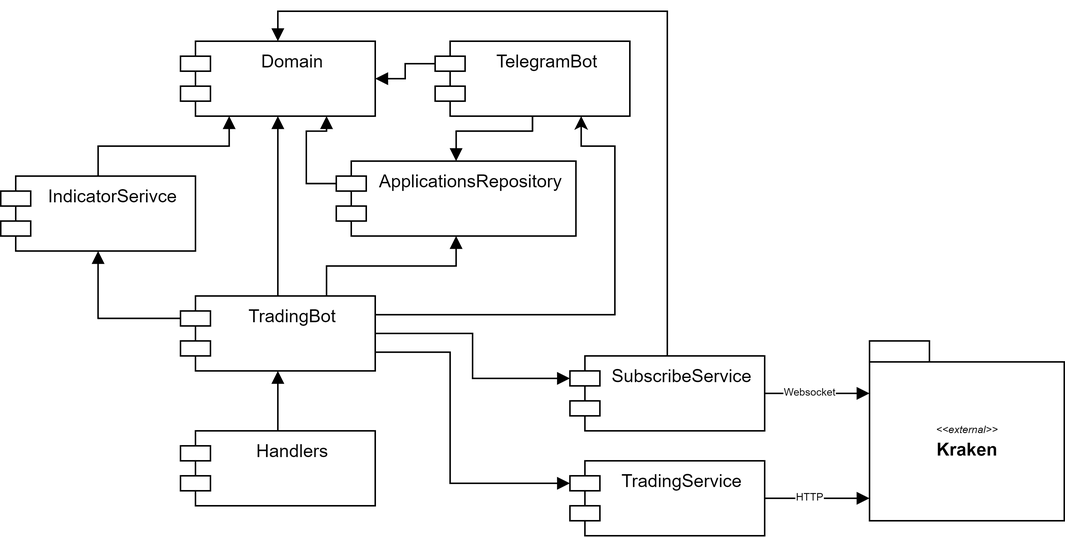
This is course_project/img/modules.png from Willsem/tfs-go-hw, a draw.io export, as it was before one commit. Source tidied: cells renumbered, new cells last; positions are measured from the earlier drawing's top-left corner, leaving out a move shared by most shapes.
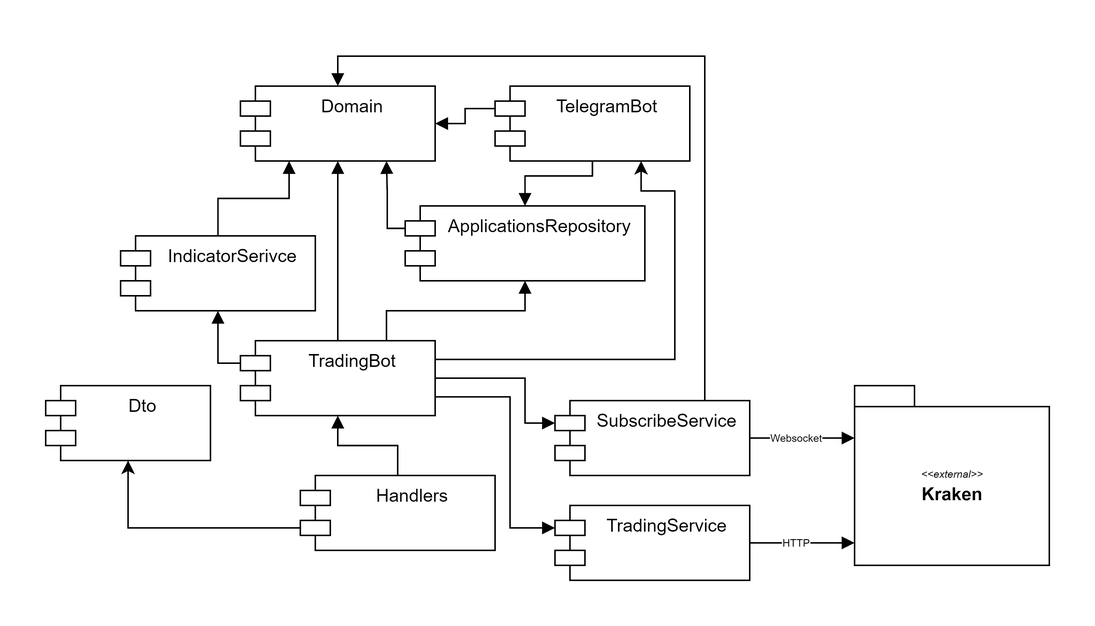
After the commit.

Change to the diagram source:
```diff
@@ -6,7 +6,7 @@
       <mxGeometry relative="1" as="geometry" />
     </mxCell>
     <mxCell id="3" value="IndicatorSerivce" style="shape=module;align=left;spacingLeft=20;align=center;verticalAlign=top;" parent="1" vertex="1">
-      <mxGeometry y="90" width="130" height="50" as="geometry" />
+      <mxGeometry x="40" y="100" width="130" height="50" as="geometry" />
     </mxCell>
     <mxCell id="4" style="edgeStyle=orthogonalEdgeStyle;rounded=0;jettySize=auto;html=1;exitX=0;exitY=0;exitDx=0;exitDy=15;exitPerimeter=0;entryX=0.5;entryY=1;entryDx=0;entryDy=0;endArrow=block;endFill=1;" parent="1" edge="1" source="10" target="3">
       <mxGeometry relative="1" as="geometry" />
@@ -18,7 +18,12 @@
       <mxGeometry relative="1" as="geometry" />
     </mxCell>
     <mxCell id="7" style="edgeStyle=orthogonalEdgeStyle;rounded=0;jettySize=auto;html=1;exitX=1;exitY=0.5;exitDx=0;exitDy=0;entryX=0;entryY=0;entryDx=0;entryDy=15;entryPerimeter=0;endArrow=block;endFill=1;" parent="1" edge="1" source="10" target="25">
-      <mxGeometry relative="1" as="geometry" />
+      <mxGeometry relative="1" as="geometry">
+        <Array as="points">
+          <mxPoint x="310" y="195" />
+          <mxPoint x="310" y="225" />
+        </Array>
+      </mxGeometry>
     </mxCell>
     <mxCell id="8" style="edgeStyle=orthogonalEdgeStyle;rounded=0;jettySize=auto;html=1;exitX=1;exitY=0.75;exitDx=0;exitDy=0;entryX=0;entryY=0;entryDx=0;entryDy=15;entryPerimeter=0;endArrow=block;endFill=1;" parent="1" edge="1" source="10" target="21">
       <mxGeometry relative="1" as="geometry">
@@ -43,23 +48,31 @@
     <mxCell id="11" style="edgeStyle=orthogonalEdgeStyle;rounded=0;jettySize=auto;html=1;exitX=0.5;exitY=0;exitDx=0;exitDy=0;entryX=0.5;entryY=1;entryDx=0;entryDy=0;endArrow=block;endFill=1;" parent="1" edge="1" source="12" target="10">
       <mxGeometry relative="1" as="geometry" />
     </mxCell>
+    <mxCell id="27" style="edgeStyle=orthogonalEdgeStyle;rounded=0;jettySize=auto;html=1;exitX=0;exitY=0;exitDx=0;exitDy=35;exitPerimeter=0;entryX=0.5;entryY=1;entryDx=0;entryDy=0;" parent="1" edge="1" source="12" target="28">
+      <mxGeometry relative="1" as="geometry" />
+    </mxCell>
     <mxCell id="12" value="Handlers" style="shape=module;align=left;spacingLeft=20;align=center;verticalAlign=top;" parent="1" vertex="1">
-      <mxGeometry x="120" y="260" width="130" height="50" as="geometry" />
+      <mxGeometry x="160" y="260" width="130" height="50" as="geometry" />
     </mxCell>
     <mxCell id="13" value="Domain" style="shape=module;align=left;spacingLeft=20;align=center;verticalAlign=top;" parent="1" vertex="1">
       <mxGeometry x="120" width="130" height="50" as="geometry" />
     </mxCell>
     <mxCell id="14" style="edgeStyle=orthogonalEdgeStyle;rounded=0;jettySize=auto;html=1;exitX=0;exitY=0;exitDx=0;exitDy=15;exitPerimeter=0;entryX=0.75;entryY=1;entryDx=0;entryDy=0;endArrow=block;endFill=1;" parent="1" edge="1" source="15" target="13">
-      <mxGeometry relative="1" as="geometry" />
+      <mxGeometry relative="1" as="geometry">
+        <Array as="points">
+          <mxPoint x="218" y="95" />
+          <mxPoint x="218" y="70" />
+        </Array>
+      </mxGeometry>
     </mxCell>
     <mxCell id="15" value="ApplicationsRepository" style="shape=module;align=left;spacingLeft=20;align=center;verticalAlign=top;" parent="1" vertex="1">
-      <mxGeometry x="224" y="80" width="160" height="50" as="geometry" />
+      <mxGeometry x="230" y="80" width="160" height="50" as="geometry" />
     </mxCell>
     <mxCell id="16" style="edgeStyle=orthogonalEdgeStyle;rounded=0;jettySize=auto;html=1;exitX=0.5;exitY=1;exitDx=0;exitDy=0;entryX=0.5;entryY=0;entryDx=0;entryDy=0;endArrow=block;endFill=1;" parent="1" edge="1" source="18" target="15">
       <mxGeometry relative="1" as="geometry">
         <Array as="points">
           <mxPoint x="355" y="60" />
-          <mxPoint x="304" y="60" />
+          <mxPoint x="310" y="60" />
         </Array>
       </mxGeometry>
     </mxCell>
@@ -83,10 +96,16 @@
       </mxGeometry>
     </mxCell>
     <mxCell id="21" value="TradingService" style="shape=module;align=left;spacingLeft=20;align=center;verticalAlign=top;" parent="1" vertex="1">
-      <mxGeometry x="380" y="280" width="130" height="50" as="geometry" />
+      <mxGeometry x="330" y="280" width="130" height="50" as="geometry" />
     </mxCell>
-    <mxCell id="22" style="edgeStyle=orthogonalEdgeStyle;rounded=0;jettySize=auto;html=1;exitX=0.5;exitY=0;exitDx=0;exitDy=0;entryX=0.5;entryY=0;entryDx=0;entryDy=0;endArrow=block;endFill=1;" parent="1" edge="1" source="25" target="13">
-      <mxGeometry relative="1" as="geometry" />
+    <mxCell id="22" style="edgeStyle=orthogonalEdgeStyle;rounded=0;jettySize=auto;html=1;exitX=0.75;exitY=0;exitDx=0;exitDy=0;entryX=0.5;entryY=0;entryDx=0;entryDy=0;endArrow=block;endFill=1;" parent="1" edge="1" source="25" target="13">
+      <mxGeometry relative="1" as="geometry">
+        <Array as="points">
+          <mxPoint x="430" y="210" />
+          <mxPoint x="430" y="-20" />
+          <mxPoint x="185" y="-20" />
+        </Array>
+      </mxGeometry>
     </mxCell>
     <mxCell id="23" style="edgeStyle=orthogonalEdgeStyle;rounded=0;jettySize=auto;html=1;exitX=1;exitY=0.5;exitDx=0;exitDy=0;fontSize=7;endArrow=block;endFill=1;" parent="1" edge="1" source="25" target="26">
       <mxGeometry relative="1" as="geometry">
@@ -102,10 +121,13 @@
       </mxGeometry>
     </mxCell>
     <mxCell id="25" value="SubscribeService" style="shape=module;align=left;spacingLeft=20;align=center;verticalAlign=top;" parent="1" vertex="1">
-      <mxGeometry x="380" y="210" width="130" height="50" as="geometry" />
+      <mxGeometry x="330" y="210" width="130" height="50" as="geometry" />
     </mxCell>
     <mxCell id="26" value="&lt;font style=&quot;font-size: 7px&quot;&gt;&lt;span style=&quot;font-weight: normal&quot;&gt;&lt;i&gt;&amp;lt;&amp;lt;external&amp;gt;&amp;gt;&lt;/i&gt;&lt;/span&gt;&lt;br&gt;&lt;/font&gt;Kraken" style="shape=folder;fontStyle=1;spacingTop=10;tabWidth=40;tabHeight=14;tabPosition=left;html=1;" parent="1" vertex="1">
-      <mxGeometry x="580" y="200" width="130" height="120" as="geometry" />
+      <mxGeometry x="530" y="200" width="130" height="120" as="geometry" />
     </mxCell>
+    <mxCell id="28" value="Dto" style="shape=module;align=left;spacingLeft=20;align=center;verticalAlign=top;" parent="1" vertex="1">
+      <mxGeometry x="-10" y="200" width="110" height="50" as="geometry" />
+    </mxCell>
   </root>
 </mxGraphModel>
```
